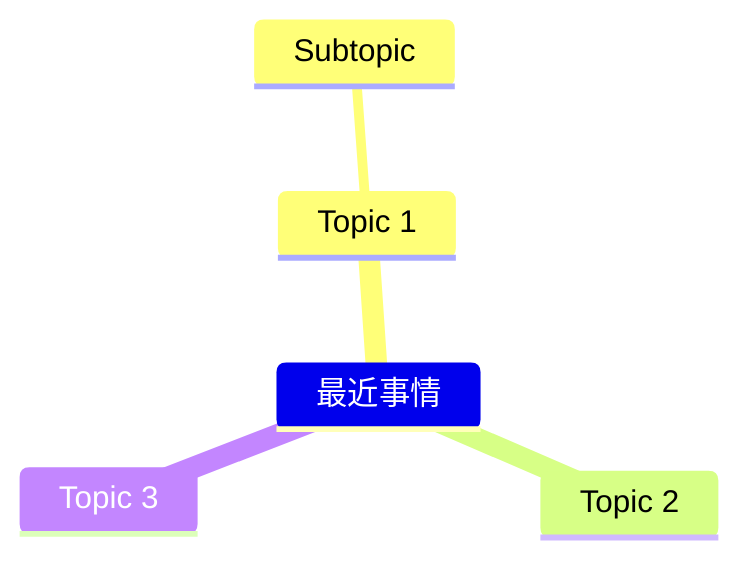
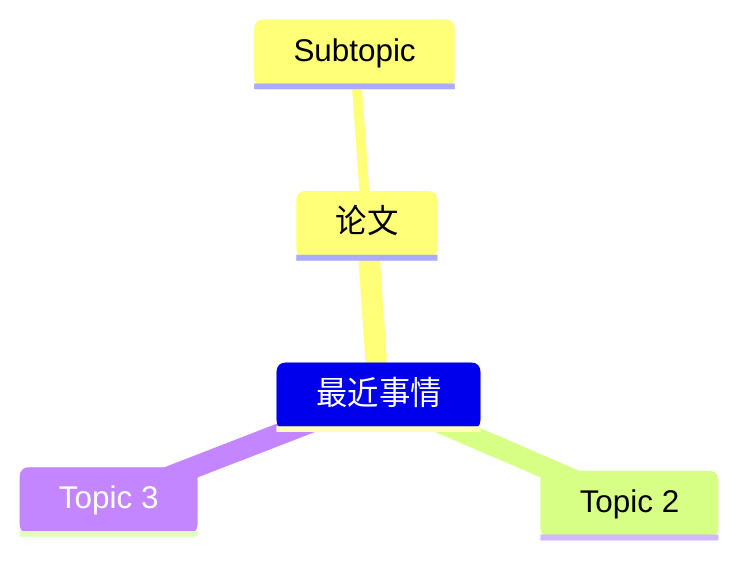
mindmap
  最近事情
-     Topic 1
+     论文
      Subtopic
    Topic 2
    Topic 3
